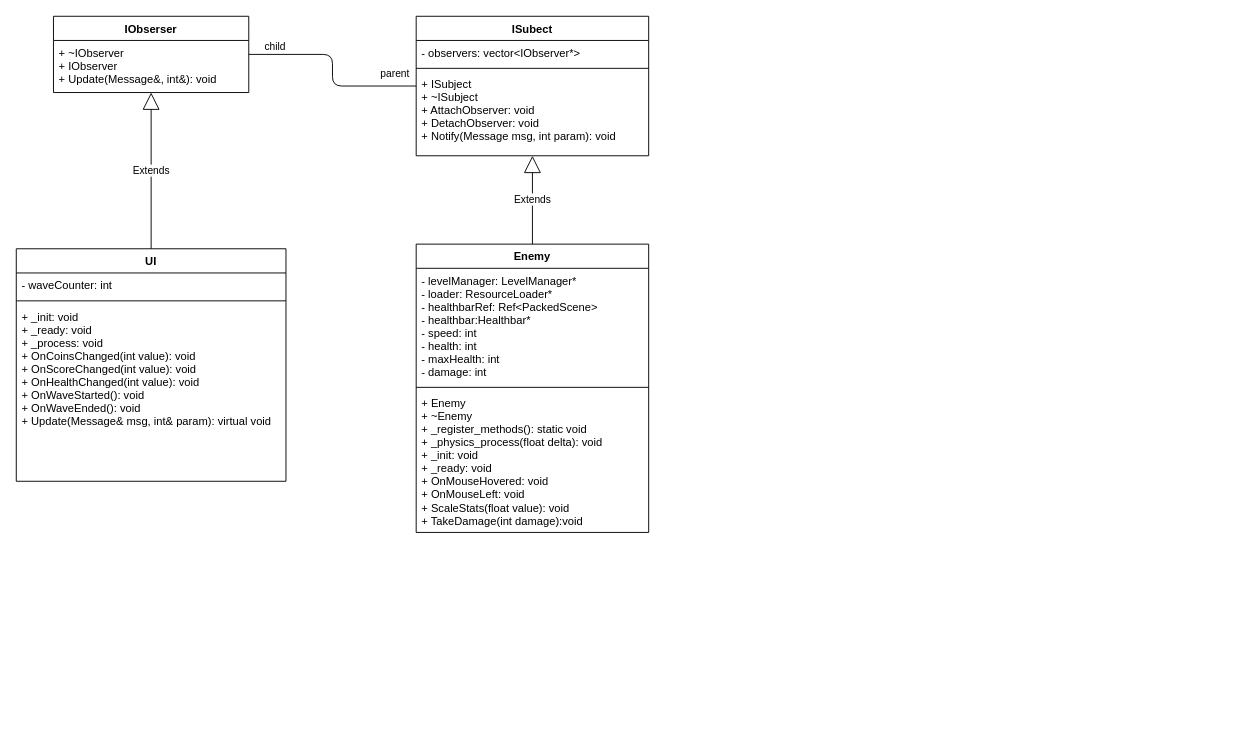
The draw.io diagram page "UI" (1 of 2) of UMLDiagram.drawio in foreboding-sky/RainbowLands, before the edit. Source tidied: cells renumbered, new cells numbered last; positions are measured from the earlier drawing's top-left corner, leaving out a move shared by most shapes. Both pictures are drawn from the tidied source at 93%, with x=0, y=0 at pixel (16, 16).
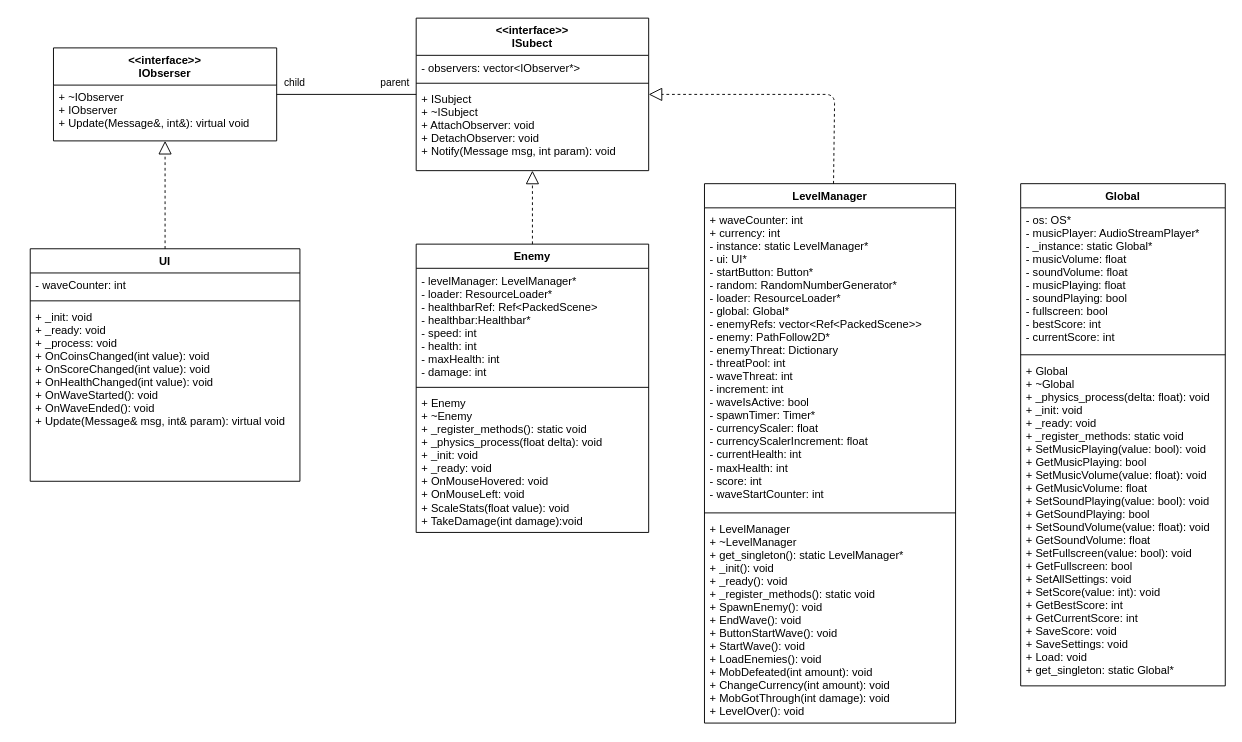
The same page after the edit.

The change refers to these unchanged cells:
```xml
<mxCell id="16" value="Enemy" style="swimlane;fontStyle=1;align=center;verticalAlign=top;horizontal=1;startSize=26;" parent="1" vertex="1">
  <mxGeometry x="430" y="245" width="250" height="310" as="geometry" />
</mxCell>
```

The edit, as a diff of the source:
```diff
@@
-    <mxCell id="2" value="IObserser" style="swimlane;fontStyle=1;align=center;verticalAlign=top;horizontal=1;startSize=26;" parent="1" vertex="1">
-      <mxGeometry x="40" width="210" height="82" as="geometry" />
+    <mxCell id="2" value="&lt;&lt;interface&gt;&gt;&#10;IObserser" style="swimlane;fontStyle=1;align=center;verticalAlign=top;horizontal=1;startSize=40;" parent="1" vertex="1">
+      <mxGeometry x="40" y="34" width="240" height="100" as="geometry" />
     </mxCell>
-    <mxCell id="3" value="+ ~IObserver&#10;+ IObserver&#10;+ Update(Message&amp;, int&amp;): void" style="text;strokeColor=none;fillColor=none;align=left;verticalAlign=top;spacingLeft=4;spacingRight=4;overflow=hidden;" parent="2" vertex="1">
-      <mxGeometry y="26" width="210" height="56" as="geometry" />
+    <mxCell id="3" value="+ ~IObserver&#10;+ IObserver&#10;+ Update(Message&amp;, int&amp;): virtual void" style="text;strokeColor=none;fillColor=none;align=left;verticalAlign=top;spacingLeft=4;spacingRight=4;overflow=hidden;" parent="2" vertex="1">
+      <mxGeometry y="40" width="240" height="60" as="geometry" />
     </mxCell>
-    <mxCell id="4" value="ISubect" style="swimlane;fontStyle=1;align=center;verticalAlign=top;horizontal=1;startSize=26;" parent="1" vertex="1">
-      <mxGeometry x="430" width="250" height="150" as="geometry" />
+    <mxCell id="4" value="&lt;&lt;interface&gt;&gt;&#10;ISubect" style="swimlane;fontStyle=1;align=center;verticalAlign=top;horizontal=1;startSize=40;" parent="1" vertex="1">
+      <mxGeometry x="430" y="2" width="250" height="164" as="geometry" />
     </mxCell>
     <mxCell id="5" value="- observers: vector&lt;IObserver*&gt;" style="text;strokeColor=none;fillColor=none;align=left;verticalAlign=top;spacingLeft=4;spacingRight=4;overflow=hidden;" parent="4" vertex="1">
-      <mxGeometry y="26" width="250" height="26" as="geometry" />
+      <mxGeometry y="40" width="250" height="26" as="geometry" />
     </mxCell>
     <mxCell id="6" style="line;strokeWidth=1;fillColor=none;align=left;verticalAlign=middle;spacingTop=-1;spacingLeft=3;spacingRight=3;labelPosition=right;" parent="4" vertex="1">
-      <mxGeometry y="52" width="250" height="8" as="geometry" />
+      <mxGeometry y="66" width="250" height="8" as="geometry" />
     </mxCell>
     <mxCell id="7" value="+ ISubject&#10;+ ~ISubject&#10;+ AttachObserver: void&#10;+ DetachObserver: void&#10;+ Notify(Message msg, int param): void" style="text;strokeColor=none;fillColor=none;align=left;verticalAlign=top;spacingLeft=4;spacingRight=4;overflow=hidden;" parent="4" vertex="1">
-      <mxGeometry y="60" width="250" height="90" as="geometry" />
+      <mxGeometry y="74" width="250" height="90" as="geometry" />
     </mxCell>
     <mxCell id="8" value="UI" style="swimlane;fontStyle=1;align=center;verticalAlign=top;horizontal=1;startSize=26;" parent="1" vertex="1">
-      <mxGeometry y="250" width="290" height="250" as="geometry" />
+      <mxGeometry x="15" y="250" width="290" height="250" as="geometry" />
     </mxCell>
@@
-    <mxCell id="12" value="Extends" style="endArrow=block;endSize=16;endFill=0;html=1;exitX=0.5;exitY=0;exitDx=0;exitDy=0;" parent="1" edge="1" source="8" target="2">
-      <mxGeometry relative="1" as="geometry" />
-    </mxCell>
-    <mxCell id="13" style="endArrow=none;html=1;edgeStyle=orthogonalEdgeStyle;" parent="1" edge="1" source="4" target="2">
-      <mxGeometry relative="1" as="geometry" />
-    </mxCell>
-    <mxCell id="14" value="parent" style="edgeLabel;html=1;align=left;verticalAlign=bottom;" parent="13" vertex="1">
-      <mxGeometry x="-1" relative="1" as="geometry">
-        <mxPoint x="-40" y="-5" as="offset" />
-      </mxGeometry>
-    </mxCell>
-    <mxCell id="15" value="child" style="edgeLabel;html=1;align=right;verticalAlign=bottom;" parent="13" vertex="1">
-      <mxGeometry x="1" relative="1" as="geometry">
-        <mxPoint x="40" as="offset" />
-      </mxGeometry>
-    </mxCell>
@@
+    <mxCell id="21" value="LevelManager" style="swimlane;fontStyle=1;align=center;verticalAlign=top;horizontal=1;startSize=26;" parent="1" vertex="1">
+      <mxGeometry x="740" y="180" width="270" height="580" as="geometry" />
+    </mxCell>
+    <mxCell id="22" value="+ waveCounter: int &#10;+ currency: int&#10;- instance: static LevelManager*&#10;- ui: UI*&#10;- startButton: Button*&#10;- random: RandomNumberGenerator*&#10;- loader: ResourceLoader*&#10;- global: Global*&#10;- enemyRefs: vector&lt;Ref&lt;PackedScene&gt;&gt;&#10;- enemy: PathFollow2D*&#10;- enemyThreat: Dictionary&#10;- threatPool: int&#10;  - waveThreat: int&#10;  - increment: int&#10;- waveIsActive: bool&#10;- spawnTimer: Timer*&#10;- currencyScaler: float&#10;- currencyScalerIncrement: float &#10;- currentHealth: int &#10;- maxHealth: int &#10;- score: int &#10;- waveStartCounter: int " style="text;strokeColor=none;fillColor=none;align=left;verticalAlign=top;spacingLeft=4;spacingRight=4;overflow=hidden;" parent="21" vertex="1">
+      <mxGeometry y="26" width="270" height="324" as="geometry" />
+    </mxCell>
+    <mxCell id="23" style="line;strokeWidth=1;fillColor=none;align=left;verticalAlign=middle;spacingTop=-1;spacingLeft=3;spacingRight=3;labelPosition=right;" parent="21" vertex="1">
+      <mxGeometry y="350" width="270" height="8" as="geometry" />
+    </mxCell>
+    <mxCell id="24" value="+ LevelManager&#10;+ ~LevelManager&#10;+ get_singleton(): static LevelManager*&#10;+ _init(): void &#10;+ _ready(): void &#10;+ _register_methods(): static void&#10;+ SpawnEnemy(): void &#10;+ EndWave(): void &#10;+ ButtonStartWave(): void &#10;+ StartWave(): void &#10;+ LoadEnemies(): void &#10;+ MobDefeated(int amount): void &#10;+ ChangeCurrency(int amount): void &#10;+ MobGotThrough(int damage): void &#10;+ LevelOver(): void " style="text;strokeColor=none;fillColor=none;align=left;verticalAlign=top;spacingLeft=4;spacingRight=4;overflow=hidden;" parent="21" vertex="1">
+      <mxGeometry y="358" width="270" height="222" as="geometry" />
+    </mxCell>
+    <mxCell id="12" style="endArrow=block;dashed=1;endFill=0;endSize=12;html=1;" parent="1" edge="1" source="8" target="2">
+      <mxGeometry relative="1" as="geometry" />
+    </mxCell>
-    <mxCell id="20" value="Extends" style="endArrow=block;endSize=16;endFill=0;html=1;" parent="1" edge="1" source="16" target="4">
+    <mxCell id="20" style="endArrow=block;dashed=1;endFill=0;endSize=12;html=1;" parent="1" edge="1" source="16" target="4">
       <mxGeometry relative="1" as="geometry" />
     </mxCell>
+    <mxCell id="25" style="endArrow=block;dashed=1;endFill=0;endSize=12;html=1;" parent="1" edge="1" source="21" target="4">
+      <mxGeometry relative="1" as="geometry">
+        <Array as="points">
+          <mxPoint x="880" y="84" />
+        </Array>
+      </mxGeometry>
+    </mxCell>
+    <mxCell id="26" value="Global" style="swimlane;fontStyle=1;align=center;verticalAlign=top;horizontal=1;startSize=26;" parent="1" vertex="1">
+      <mxGeometry x="1080" y="180" width="220" height="540" as="geometry" />
+    </mxCell>
+    <mxCell id="27" value="- os: OS*&#10;- musicPlayer: AudioStreamPlayer*&#10;- _instance: static Global*&#10;- musicVolume: float&#10;- soundVolume: float&#10;- musicPlaying: float&#10;- soundPlaying: bool&#10;- fullscreen: bool&#10;- bestScore: int&#10;- currentScore: int" style="text;strokeColor=none;fillColor=none;align=left;verticalAlign=top;spacingLeft=4;spacingRight=4;overflow=hidden;" parent="26" vertex="1">
+      <mxGeometry y="26" width="220" height="154" as="geometry" />
+    </mxCell>
+    <mxCell id="28" style="line;strokeWidth=1;fillColor=none;align=left;verticalAlign=middle;spacingTop=-1;spacingLeft=3;spacingRight=3;labelPosition=right;" parent="26" vertex="1">
+      <mxGeometry y="180" width="220" height="8" as="geometry" />
+    </mxCell>
+    <mxCell id="29" value="+ Global&#10;+ ~Global&#10;+ _physics_process(delta: float): void &#10;+ _init: void &#10;+ _ready: void&#10;+ _register_methods: static void&#10;+ SetMusicPlaying(value: bool): void &#10;+ GetMusicPlaying: bool &#10;+ SetMusicVolume(value: float): void &#10;+ GetMusicVolume: float&#10;+ SetSoundPlaying(value: bool): void&#10;+ GetSoundPlaying: bool&#10;+ SetSoundVolume(value: float): void&#10;+ GetSoundVolume: float &#10;+ SetFullscreen(value: bool): void &#10;+ GetFullscreen: bool &#10;+ SetAllSettings: void &#10;+ SetScore(value: int): void &#10;+ GetBestScore: int &#10;+ GetCurrentScore: int &#10;+ SaveScore: void &#10;+ SaveSettings: void &#10;+ Load: void &#10;+ get_singleton: static Global* &#10;" style="text;strokeColor=none;fillColor=none;align=left;verticalAlign=top;spacingLeft=4;spacingRight=4;overflow=hidden;" parent="26" vertex="1">
+      <mxGeometry y="188" width="220" height="352" as="geometry" />
+    </mxCell>
+    <mxCell id="13" style="endArrow=none;html=1;edgeStyle=orthogonalEdgeStyle;" parent="1" edge="1" source="4" target="2">
+      <mxGeometry relative="1" as="geometry" />
+    </mxCell>
+    <mxCell id="14" value="parent" style="edgeLabel;html=1;align=left;verticalAlign=bottom;" parent="13" vertex="1">
+      <mxGeometry x="-1" relative="1" as="geometry">
+        <mxPoint x="-40" y="-4" as="offset" />
+      </mxGeometry>
+    </mxCell>
+    <mxCell id="15" value="child" style="edgeLabel;html=1;align=right;verticalAlign=bottom;" parent="13" vertex="1">
+      <mxGeometry x="1" relative="1" as="geometry">
+        <mxPoint x="31" y="-4" as="offset" />
+      </mxGeometry>
+    </mxCell>
```
